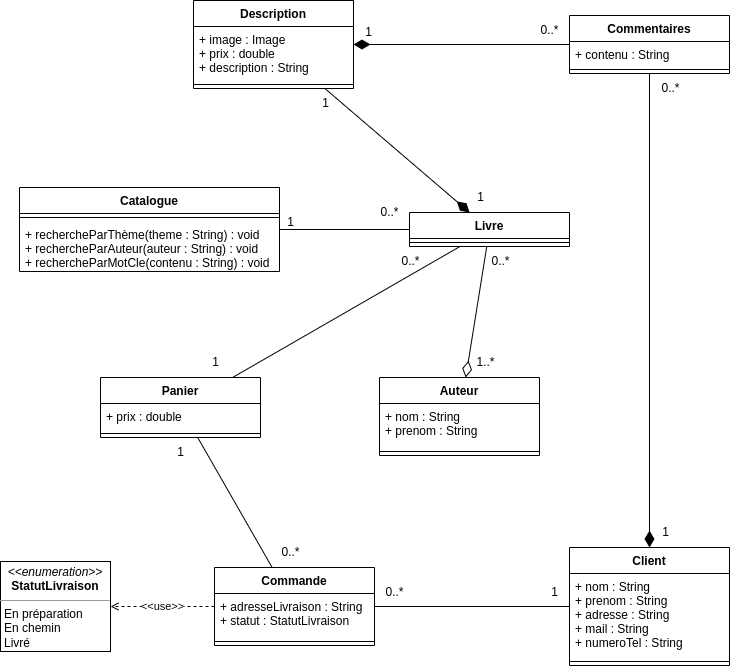
The draw.io diagram classes.png in Yaon-C2H8N2/Projet-Modelisation, before a commit. Source tidied: cells renumbered, new cells last; positions are measured from the earlier drawing's top-left corner, leaving out a move shared by most shapes. The source it was exported from:
```xml
<mxGraphModel>
  <root>
    <mxCell id="0" />
    <mxCell id="1" parent="0" />
    <mxCell id="2" value="Catalogue" style="swimlane;fontStyle=1;align=center;verticalAlign=top;horizontal=1;startSize=26;" parent="1" vertex="1">
      <mxGeometry x="19" y="187" width="260" height="84" as="geometry" />
    </mxCell>
    <mxCell id="3" style="line;strokeWidth=1;fillColor=none;align=left;verticalAlign=middle;spacingTop=-1;spacingLeft=3;spacingRight=3;labelPosition=right;strokeColor=inherit;" parent="2" vertex="1">
      <mxGeometry y="26" width="260" height="8" as="geometry" />
    </mxCell>
    <mxCell id="4" value="+ rechercheParThème(theme : String) : void&#10;+ rechercheParAuteur(auteur : String) : void&#10;+ rechercheParMotCle(contenu : String) : void" style="text;strokeColor=none;fillColor=none;align=left;verticalAlign=top;spacingLeft=4;spacingRight=4;overflow=hidden;" parent="2" vertex="1">
      <mxGeometry y="34" width="260" height="50" as="geometry" />
    </mxCell>
    <mxCell id="5" style="edgeStyle=none;rounded=0;jettySize=auto;html=1;endArrow=diamondThin;endFill=0;strokeWidth=1;endSize=14;startArrow=none;startFill=0;startSize=14;targetPerimeterSpacing=0;" parent="1" edge="1" source="8" target="13">
      <mxGeometry relative="1" as="geometry" />
    </mxCell>
    <mxCell id="6" style="edgeStyle=none;rounded=0;jettySize=auto;html=1;strokeWidth=1;startArrow=none;startFill=0;endArrow=none;endFill=0;startSize=14;endSize=14;targetPerimeterSpacing=0;strokeColor=default;" parent="1" edge="1" source="8" target="2">
      <mxGeometry relative="1" as="geometry" />
    </mxCell>
    <mxCell id="7" style="edgeStyle=none;rounded=0;jettySize=auto;html=1;strokeColor=default;strokeWidth=1;startArrow=none;startFill=0;endArrow=none;endFill=0;startSize=14;endSize=14;targetPerimeterSpacing=0;" parent="1" edge="1" source="8" target="10">
      <mxGeometry relative="1" as="geometry" />
    </mxCell>
    <mxCell id="8" value="Livre" style="swimlane;fontStyle=1;align=center;verticalAlign=top;horizontal=1;startSize=26;" parent="1" vertex="1">
      <mxGeometry x="409" y="212" width="160" height="34" as="geometry" />
    </mxCell>
    <mxCell id="9" style="line;strokeWidth=1;fillColor=none;align=left;verticalAlign=middle;spacingTop=-1;spacingLeft=3;spacingRight=3;labelPosition=right;strokeColor=inherit;" parent="8" vertex="1">
      <mxGeometry y="26" width="160" height="8" as="geometry" />
    </mxCell>
    <mxCell id="10" value="Panier" style="swimlane;fontStyle=1;align=center;verticalAlign=top;horizontal=1;startSize=26;" parent="1" vertex="1">
      <mxGeometry x="100" y="377" width="160" height="60" as="geometry" />
    </mxCell>
    <mxCell id="11" value="+ prix : double" style="text;strokeColor=none;fillColor=none;align=left;verticalAlign=top;spacingLeft=4;spacingRight=4;overflow=hidden;" parent="10" vertex="1">
      <mxGeometry y="26" width="160" height="26" as="geometry" />
    </mxCell>
    <mxCell id="12" style="line;strokeWidth=1;fillColor=none;align=left;verticalAlign=middle;spacingTop=-1;spacingLeft=3;spacingRight=3;labelPosition=right;strokeColor=inherit;" parent="10" vertex="1">
      <mxGeometry y="52" width="160" height="8" as="geometry" />
    </mxCell>
    <mxCell id="13" value="Auteur" style="swimlane;fontStyle=1;align=center;verticalAlign=top;horizontal=1;startSize=26;" parent="1" vertex="1">
      <mxGeometry x="379" y="377" width="160" height="78" as="geometry" />
    </mxCell>
    <mxCell id="14" value="+ nom : String&#10;+ prenom : String" style="text;strokeColor=none;fillColor=none;align=left;verticalAlign=top;spacingLeft=4;spacingRight=4;overflow=hidden;" parent="13" vertex="1">
      <mxGeometry y="26" width="160" height="44" as="geometry" />
    </mxCell>
    <mxCell id="15" style="line;strokeWidth=1;fillColor=none;align=left;verticalAlign=middle;spacingTop=-1;spacingLeft=3;spacingRight=3;labelPosition=right;strokeColor=inherit;" parent="13" vertex="1">
      <mxGeometry y="70" width="160" height="8" as="geometry" />
    </mxCell>
    <mxCell id="16" style="edgeStyle=none;rounded=0;jettySize=auto;html=1;strokeColor=default;strokeWidth=1;startArrow=none;startFill=0;endArrow=none;endFill=0;startSize=14;endSize=14;targetPerimeterSpacing=0;" parent="1" edge="1" source="17" target="22">
      <mxGeometry relative="1" as="geometry" />
    </mxCell>
    <mxCell id="17" value="Client" style="swimlane;fontStyle=1;align=center;verticalAlign=top;horizontal=1;startSize=26;" parent="1" vertex="1">
      <mxGeometry x="569" y="547" width="160" height="118" as="geometry" />
    </mxCell>
    <mxCell id="18" value="+ nom : String&#10;+ prenom : String&#10;+ adresse : String&#10;+ mail : String&#10;+ numeroTel : String" style="text;strokeColor=none;fillColor=none;align=left;verticalAlign=top;spacingLeft=4;spacingRight=4;overflow=hidden;" parent="17" vertex="1">
      <mxGeometry y="26" width="160" height="84" as="geometry" />
    </mxCell>
    <mxCell id="19" style="line;strokeWidth=1;fillColor=none;align=left;verticalAlign=middle;spacingTop=-1;spacingLeft=3;spacingRight=3;labelPosition=right;strokeColor=inherit;" parent="17" vertex="1">
      <mxGeometry y="110" width="160" height="8" as="geometry" />
    </mxCell>
    <mxCell id="20" style="edgeStyle=none;rounded=0;jettySize=auto;html=1;strokeColor=default;strokeWidth=1;startArrow=none;startFill=0;endArrow=none;endFill=0;startSize=14;endSize=14;targetPerimeterSpacing=0;" parent="1" edge="1" source="22" target="10">
      <mxGeometry relative="1" as="geometry" />
    </mxCell>
    <mxCell id="21" value="&amp;lt;&amp;lt;use&amp;gt;&amp;gt;" style="rounded=0;jettySize=auto;html=1;dashed=1;endArrow=open;endFill=0;" parent="1" edge="1" source="22" target="38">
      <mxGeometry relative="1" as="geometry" />
    </mxCell>
    <mxCell id="22" value="Commande" style="swimlane;fontStyle=1;align=center;verticalAlign=top;horizontal=1;startSize=26;" parent="1" vertex="1">
      <mxGeometry x="214" y="567" width="160" height="78" as="geometry" />
    </mxCell>
    <mxCell id="23" value="+ adresseLivraison : String&#10;+ statut : StatutLivraison" style="text;strokeColor=none;fillColor=none;align=left;verticalAlign=top;spacingLeft=4;spacingRight=4;overflow=hidden;" parent="22" vertex="1">
      <mxGeometry y="26" width="160" height="44" as="geometry" />
    </mxCell>
    <mxCell id="24" style="line;strokeWidth=1;fillColor=none;align=left;verticalAlign=middle;spacingTop=-1;spacingLeft=3;spacingRight=3;labelPosition=right;strokeColor=inherit;" parent="22" vertex="1">
      <mxGeometry y="70" width="160" height="8" as="geometry" />
    </mxCell>
    <mxCell id="25" style="edgeStyle=none;rounded=0;jettySize=auto;html=1;strokeColor=default;strokeWidth=1;startArrow=none;startFill=0;endArrow=diamondThin;endFill=1;startSize=14;endSize=14;targetPerimeterSpacing=0;" parent="1" edge="1" source="26" target="8">
      <mxGeometry relative="1" as="geometry" />
    </mxCell>
    <mxCell id="26" value="Description" style="swimlane;fontStyle=1;align=center;verticalAlign=top;horizontal=1;startSize=26;" parent="1" vertex="1">
      <mxGeometry x="193" width="160" height="88" as="geometry" />
    </mxCell>
    <mxCell id="27" value="+ image : Image&#10;+ prix : double&#10;+ description : String" style="text;strokeColor=none;fillColor=none;align=left;verticalAlign=top;spacingLeft=4;spacingRight=4;overflow=hidden;" parent="26" vertex="1">
      <mxGeometry y="26" width="160" height="54" as="geometry" />
    </mxCell>
    <mxCell id="28" style="line;strokeWidth=1;fillColor=none;align=left;verticalAlign=middle;spacingTop=-1;spacingLeft=3;spacingRight=3;labelPosition=right;strokeColor=inherit;" parent="26" vertex="1">
      <mxGeometry y="80" width="160" height="8" as="geometry" />
    </mxCell>
    <mxCell id="29" style="edgeStyle=none;rounded=0;jettySize=auto;html=1;strokeColor=default;strokeWidth=1;startArrow=none;startFill=0;endArrow=diamondThin;endFill=1;startSize=14;endSize=14;targetPerimeterSpacing=0;" parent="1" edge="1" source="31" target="17">
      <mxGeometry relative="1" as="geometry" />
    </mxCell>
    <mxCell id="30" style="edgeStyle=none;rounded=0;jettySize=auto;html=1;strokeColor=default;strokeWidth=1;startArrow=none;startFill=0;endArrow=diamondThin;endFill=1;startSize=14;endSize=14;targetPerimeterSpacing=0;" parent="1" edge="1" source="31" target="26">
      <mxGeometry relative="1" as="geometry" />
    </mxCell>
    <mxCell id="31" value="Commentaires" style="swimlane;fontStyle=1;align=center;verticalAlign=top;horizontal=1;startSize=26;" parent="1" vertex="1">
      <mxGeometry x="569" y="15" width="160" height="58" as="geometry" />
    </mxCell>
    <mxCell id="32" value="+ contenu : String" style="text;strokeColor=none;fillColor=none;align=left;verticalAlign=top;spacingLeft=4;spacingRight=4;overflow=hidden;" parent="31" vertex="1">
      <mxGeometry y="26" width="160" height="24" as="geometry" />
    </mxCell>
    <mxCell id="33" style="line;strokeWidth=1;fillColor=none;align=left;verticalAlign=middle;spacingTop=-1;spacingLeft=3;spacingRight=3;labelPosition=right;strokeColor=inherit;" parent="31" vertex="1">
      <mxGeometry y="50" width="160" height="8" as="geometry" />
    </mxCell>
    <mxCell id="34" value="1" style="text;html=1;align=center;verticalAlign=middle;strokeColor=none;fillColor=none;" parent="1" vertex="1">
      <mxGeometry x="650" y="517" width="30" height="30" as="geometry" />
    </mxCell>
    <mxCell id="35" value="1" style="text;html=1;align=center;verticalAlign=middle;strokeColor=none;fillColor=none;" parent="1" vertex="1">
      <mxGeometry x="465" y="182" width="30" height="30" as="geometry" />
    </mxCell>
    <mxCell id="36" value="1" style="text;html=1;align=center;verticalAlign=middle;strokeColor=none;fillColor=none;" parent="1" vertex="1">
      <mxGeometry x="353" y="17" width="30" height="30" as="geometry" />
    </mxCell>
    <mxCell id="37" value="1..*" style="text;html=1;align=center;verticalAlign=middle;strokeColor=none;fillColor=none;" parent="1" vertex="1">
      <mxGeometry x="465" y="347" width="40" height="30" as="geometry" />
    </mxCell>
    <mxCell id="38" value="&lt;p style=&quot;margin:0px;margin-top:4px;text-align:center;&quot;&gt;&lt;i&gt;&amp;lt;&amp;lt;enumeration&amp;gt;&amp;gt;&lt;/i&gt;&lt;br&gt;&lt;b&gt;StatutLivraison&lt;/b&gt;&lt;/p&gt;&lt;hr size=&quot;1&quot;&gt;&lt;p style=&quot;margin:0px;margin-left:4px;&quot;&gt;En préparation&lt;/p&gt;&lt;p style=&quot;margin:0px;margin-left:4px;&quot;&gt;En chemin&lt;/p&gt;&lt;p style=&quot;margin:0px;margin-left:4px;&quot;&gt;Livré&lt;/p&gt;" style="verticalAlign=top;align=left;overflow=fill;fontSize=12;fontFamily=Helvetica;html=1;" parent="1" vertex="1">
      <mxGeometry y="561" width="110" height="90" as="geometry" />
    </mxCell>
    <mxCell id="39" value="1" style="text;html=1;align=center;verticalAlign=middle;strokeColor=none;fillColor=none;" parent="1" vertex="1">
      <mxGeometry x="200" y="347" width="30" height="30" as="geometry" />
    </mxCell>
    <mxCell id="40" value="0..*" style="text;html=1;align=center;verticalAlign=middle;strokeColor=none;fillColor=none;" parent="1" vertex="1">
      <mxGeometry x="390" y="246" width="40" height="30" as="geometry" />
    </mxCell>
    <mxCell id="41" value="0..*" style="text;html=1;align=center;verticalAlign=middle;strokeColor=none;fillColor=none;" parent="1" vertex="1">
      <mxGeometry x="369" y="197" width="40" height="30" as="geometry" />
    </mxCell>
    <mxCell id="42" value="0..*" style="text;html=1;align=center;verticalAlign=middle;strokeColor=none;fillColor=none;" parent="1" vertex="1">
      <mxGeometry x="480" y="246" width="40" height="30" as="geometry" />
    </mxCell>
    <mxCell id="43" value="1" style="text;html=1;align=center;verticalAlign=middle;strokeColor=none;fillColor=none;" parent="1" vertex="1">
      <mxGeometry x="310" y="88" width="30" height="30" as="geometry" />
    </mxCell>
    <mxCell id="44" value="0..*" style="text;html=1;align=center;verticalAlign=middle;strokeColor=none;fillColor=none;" parent="1" vertex="1">
      <mxGeometry x="529" y="15" width="40" height="30" as="geometry" />
    </mxCell>
    <mxCell id="45" value="0..*" style="text;html=1;align=center;verticalAlign=middle;strokeColor=none;fillColor=none;" parent="1" vertex="1">
      <mxGeometry x="650" y="73" width="40" height="30" as="geometry" />
    </mxCell>
    <mxCell id="46" value="1" style="text;html=1;align=center;verticalAlign=middle;strokeColor=none;fillColor=none;" parent="1" vertex="1">
      <mxGeometry x="539" y="577" width="30" height="30" as="geometry" />
    </mxCell>
    <mxCell id="47" value="0..*" style="text;html=1;align=center;verticalAlign=middle;strokeColor=none;fillColor=none;" parent="1" vertex="1">
      <mxGeometry x="374" y="577" width="40" height="30" as="geometry" />
    </mxCell>
    <mxCell id="48" value="1" style="text;html=1;align=center;verticalAlign=middle;strokeColor=none;fillColor=none;" parent="1" vertex="1">
      <mxGeometry x="165" y="437" width="30" height="30" as="geometry" />
    </mxCell>
    <mxCell id="49" value="0..*" style="text;html=1;align=center;verticalAlign=middle;strokeColor=none;fillColor=none;" parent="1" vertex="1">
      <mxGeometry x="270" y="537" width="40" height="30" as="geometry" />
    </mxCell>
    <mxCell id="50" value="1" style="text;html=1;align=center;verticalAlign=middle;strokeColor=none;fillColor=none;" parent="1" vertex="1">
      <mxGeometry x="275" y="207" width="30" height="30" as="geometry" />
    </mxCell>
  </root>
</mxGraphModel>
```
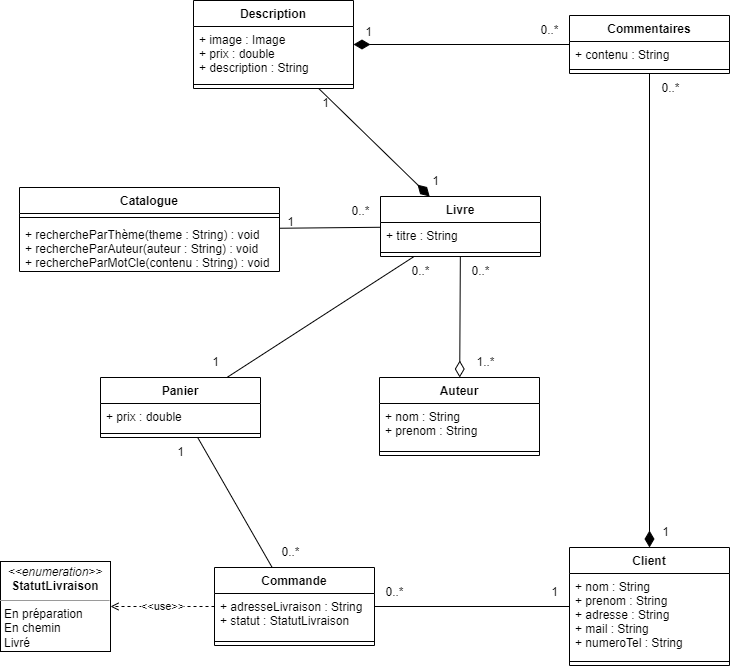
After the change.

Commit message:
update diagramme classes

Diff of the diagram source:
```diff
@@ -20,12 +20,6 @@
     <mxCell id="7" style="edgeStyle=none;rounded=0;jettySize=auto;html=1;strokeColor=default;strokeWidth=1;startArrow=none;startFill=0;endArrow=none;endFill=0;startSize=14;endSize=14;targetPerimeterSpacing=0;" parent="1" edge="1" source="8" target="10">
       <mxGeometry relative="1" as="geometry" />
     </mxCell>
-    <mxCell id="8" value="Livre" style="swimlane;fontStyle=1;align=center;verticalAlign=top;horizontal=1;startSize=26;" parent="1" vertex="1">
-      <mxGeometry x="409" y="212" width="160" height="34" as="geometry" />
-    </mxCell>
-    <mxCell id="9" style="line;strokeWidth=1;fillColor=none;align=left;verticalAlign=middle;spacingTop=-1;spacingLeft=3;spacingRight=3;labelPosition=right;strokeColor=inherit;" parent="8" vertex="1">
-      <mxGeometry y="26" width="160" height="8" as="geometry" />
-    </mxCell>
     <mxCell id="10" value="Panier" style="swimlane;fontStyle=1;align=center;verticalAlign=top;horizontal=1;startSize=26;" parent="1" vertex="1">
       <mxGeometry x="100" y="377" width="160" height="60" as="geometry" />
     </mxCell>
@@ -102,7 +96,7 @@
       <mxGeometry x="650" y="517" width="30" height="30" as="geometry" />
     </mxCell>
     <mxCell id="35" value="1" style="text;html=1;align=center;verticalAlign=middle;strokeColor=none;fillColor=none;" parent="1" vertex="1">
-      <mxGeometry x="465" y="182" width="30" height="30" as="geometry" />
+      <mxGeometry x="420" y="166" width="30" height="30" as="geometry" />
     </mxCell>
     <mxCell id="36" value="1" style="text;html=1;align=center;verticalAlign=middle;strokeColor=none;fillColor=none;" parent="1" vertex="1">
       <mxGeometry x="353" y="17" width="30" height="30" as="geometry" />
@@ -117,13 +111,13 @@
       <mxGeometry x="200" y="347" width="30" height="30" as="geometry" />
     </mxCell>
     <mxCell id="40" value="0..*" style="text;html=1;align=center;verticalAlign=middle;strokeColor=none;fillColor=none;" parent="1" vertex="1">
-      <mxGeometry x="390" y="246" width="40" height="30" as="geometry" />
+      <mxGeometry x="400" y="256" width="40" height="30" as="geometry" />
     </mxCell>
     <mxCell id="41" value="0..*" style="text;html=1;align=center;verticalAlign=middle;strokeColor=none;fillColor=none;" parent="1" vertex="1">
-      <mxGeometry x="369" y="197" width="40" height="30" as="geometry" />
+      <mxGeometry x="340" y="196" width="40" height="30" as="geometry" />
     </mxCell>
     <mxCell id="42" value="0..*" style="text;html=1;align=center;verticalAlign=middle;strokeColor=none;fillColor=none;" parent="1" vertex="1">
-      <mxGeometry x="480" y="246" width="40" height="30" as="geometry" />
+      <mxGeometry x="460" y="256" width="40" height="30" as="geometry" />
     </mxCell>
     <mxCell id="43" value="1" style="text;html=1;align=center;verticalAlign=middle;strokeColor=none;fillColor=none;" parent="1" vertex="1">
       <mxGeometry x="310" y="88" width="30" height="30" as="geometry" />
@@ -149,5 +143,14 @@
     <mxCell id="50" value="1" style="text;html=1;align=center;verticalAlign=middle;strokeColor=none;fillColor=none;" parent="1" vertex="1">
       <mxGeometry x="275" y="207" width="30" height="30" as="geometry" />
     </mxCell>
+    <mxCell id="8" value="Livre" style="swimlane;fontStyle=1;align=center;verticalAlign=top;horizontal=1;startSize=26;glass=0;" parent="1" vertex="1">
+      <mxGeometry x="380" y="196" width="160" height="60" as="geometry" />
+    </mxCell>
+    <mxCell id="51" value="+ titre : String" style="text;strokeColor=none;fillColor=none;align=left;verticalAlign=top;spacingLeft=4;spacingRight=4;overflow=hidden;glass=0;" parent="8" vertex="1">
+      <mxGeometry y="26" width="160" height="26" as="geometry" />
+    </mxCell>
+    <mxCell id="52" style="line;strokeWidth=1;fillColor=none;align=left;verticalAlign=middle;spacingTop=-1;spacingLeft=3;spacingRight=3;labelPosition=right;strokeColor=inherit;glass=0;" parent="8" vertex="1">
+      <mxGeometry y="52" width="160" height="8" as="geometry" />
+    </mxCell>
   </root>
 </mxGraphModel>
```
